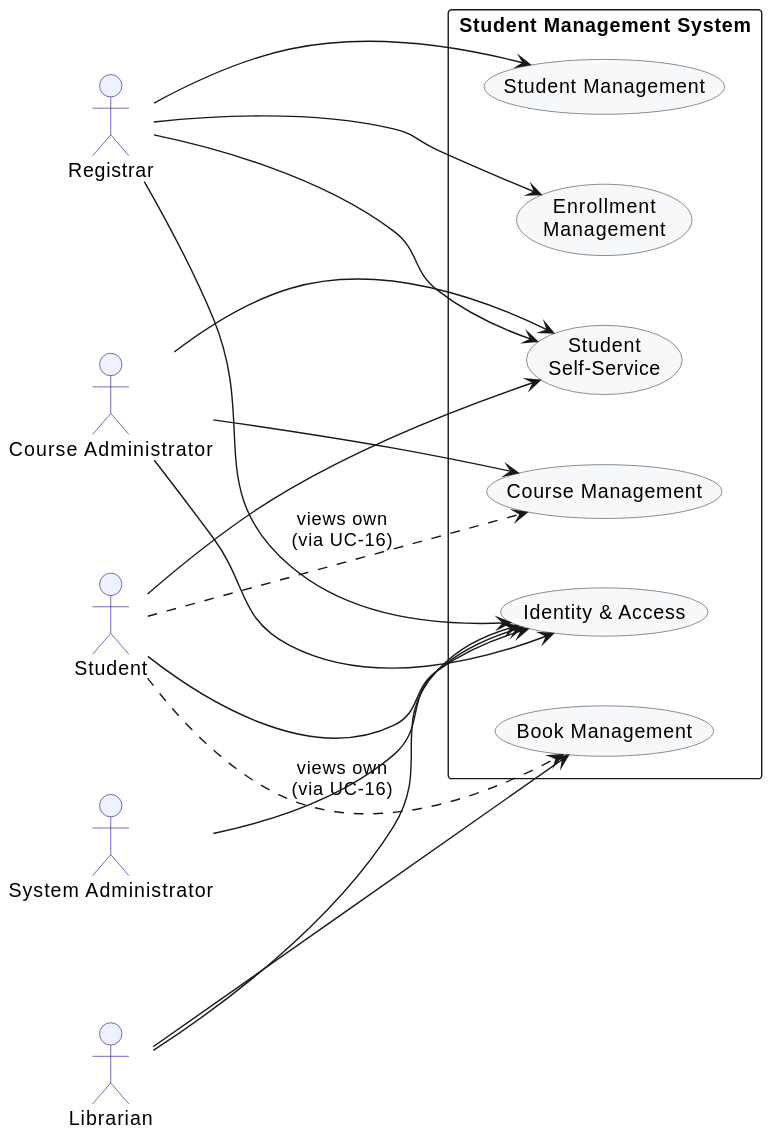
This is docs/BA-docs/use-case-diagram-assets/01-overview.svg from phuchoang2005/Student-Management-System, a PlantUML export, as it was before one commit.
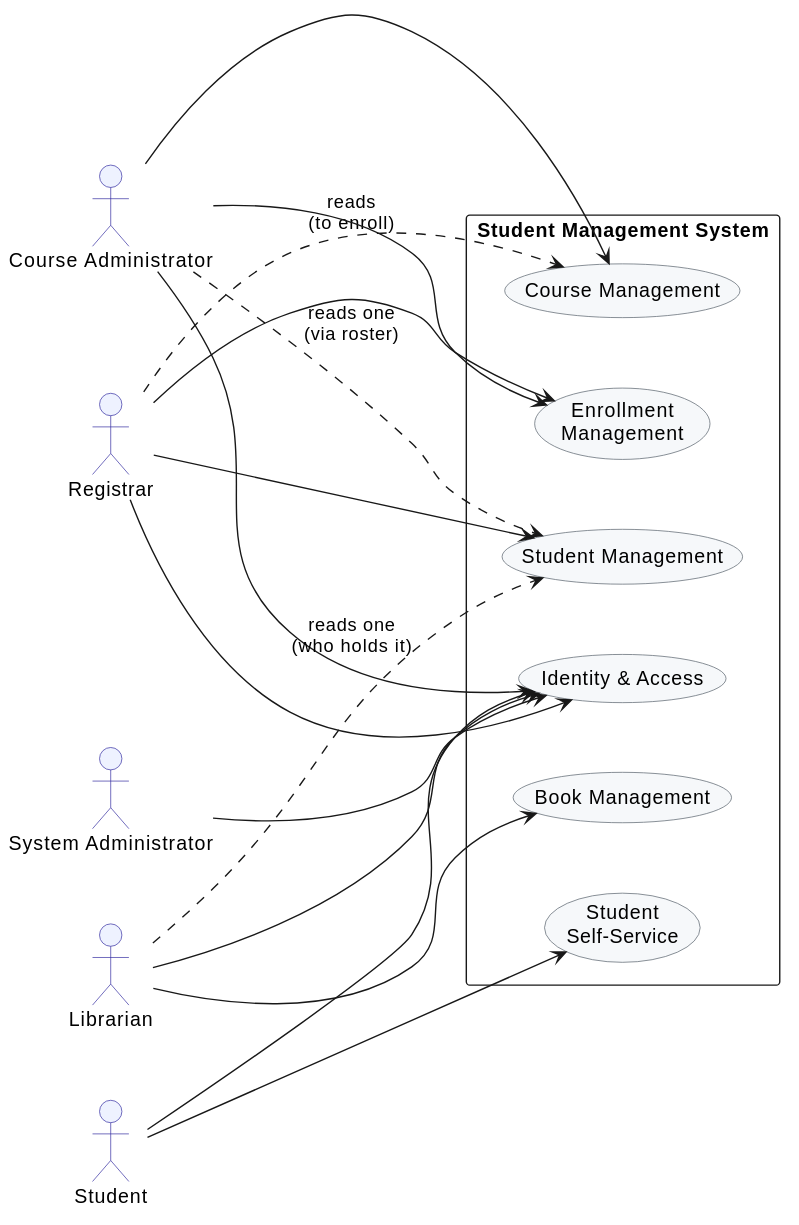
Later version of the same file.

Change to the diagram source:
```diff
@@ -30,20 +30,20 @@
 
 Registrar --> G1
 Registrar --> G4
-Registrar --> G6
 Registrar --> G5
+Registrar ..> G3 : reads\n(to enroll)
 
 CourseAdmin --> G3
-CourseAdmin --> G6
+CourseAdmin --> G4
 CourseAdmin --> G5
+CourseAdmin ..> G1 : reads one\n(via roster)
 
 Student --> G6
 Student --> G5
-Student ..> G2 : views own\n(via UC-16)
-Student ..> G3 : views own\n(via UC-16)
 
 Librarian --> G2
 Librarian --> G5
+Librarian ..> G1 : reads one\n(who holds it)
 
 SysAdmin --> G5
 @enduml
```
